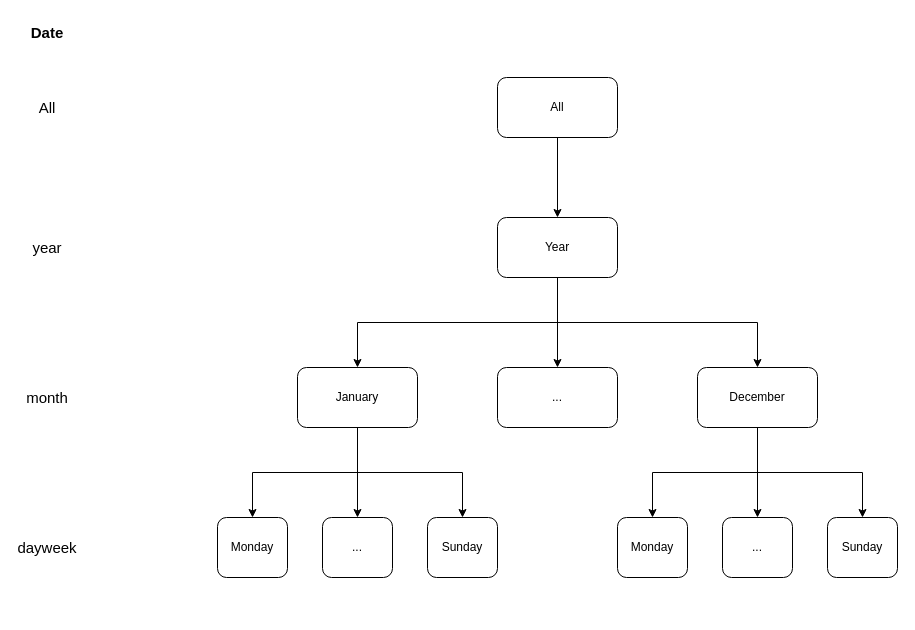
This is Date Concept Hierarchy.drawio from NekoTRSH/Drawing, a draw.io file, before an edit. Source tidied: cells renumbered, new cells numbered last; positions are measured from the earlier drawing's top-left corner, leaving out a move shared by most shapes. Both pictures are drawn from the tidied source at 100%, with x=0, y=0 at pixel (17, 17).
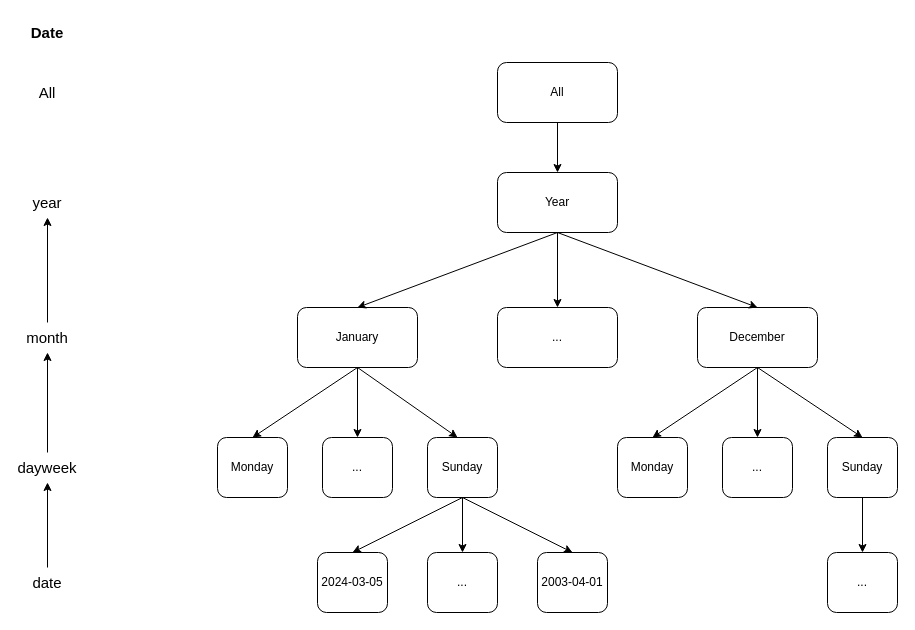
The same diagram, later.

Change to the diagram source:
```diff
@@
     <mxCell id="4" value="All" style="rounded=1;whiteSpace=wrap;html=1;" parent="1" vertex="1">
-      <mxGeometry x="480" y="60" width="120" height="60" as="geometry" />
+      <mxGeometry x="480" y="45" width="120" height="60" as="geometry" />
     </mxCell>
     <mxCell id="5" value="All" style="text;html=1;align=center;verticalAlign=middle;whiteSpace=wrap;rounded=0;fontSize=15;" parent="1" vertex="1">
-      <mxGeometry y="75" width="60" height="30" as="geometry" />
+      <mxGeometry y="60" width="60" height="30" as="geometry" />
     </mxCell>
+    <mxCell id="28" style="edgeStyle=orthogonalEdgeStyle;rounded=0;jettySize=auto;html=1;exitX=0.5;exitY=0;exitDx=0;exitDy=0;entryX=0.5;entryY=1;entryDx=0;entryDy=0;" parent="1" edge="1" source="6" target="27">
+      <mxGeometry relative="1" as="geometry" />
+    </mxCell>
     <mxCell id="6" value="month" style="text;html=1;align=center;verticalAlign=middle;whiteSpace=wrap;rounded=0;fontSize=15;" parent="1" vertex="1">
-      <mxGeometry y="365" width="60" height="30" as="geometry" />
+      <mxGeometry y="305" width="60" height="30" as="geometry" />
     </mxCell>
+    <mxCell id="29" style="edgeStyle=orthogonalEdgeStyle;rounded=0;jettySize=auto;html=1;exitX=0.5;exitY=0;exitDx=0;exitDy=0;entryX=0.5;entryY=1;entryDx=0;entryDy=0;" parent="1" edge="1" source="7" target="6">
+      <mxGeometry relative="1" as="geometry" />
+    </mxCell>
     <mxCell id="7" value="dayweek" style="text;html=1;align=center;verticalAlign=middle;whiteSpace=wrap;rounded=0;fontSize=15;" parent="1" vertex="1">
-      <mxGeometry y="515" width="60" height="30" as="geometry" />
+      <mxGeometry y="435" width="60" height="30" as="geometry" />
     </mxCell>
@@
-    <mxCell id="9" style="edgeStyle=orthogonalEdgeStyle;rounded=0;jettySize=auto;html=1;exitX=0.5;exitY=1;exitDx=0;exitDy=0;entryX=0.5;entryY=0;entryDx=0;entryDy=0;" parent="1" edge="1" source="11" target="16">
-      <mxGeometry relative="1" as="geometry" />
-    </mxCell>
-    <mxCell id="10" style="edgeStyle=orthogonalEdgeStyle;rounded=0;jettySize=auto;html=1;exitX=0.5;exitY=1;exitDx=0;exitDy=0;entryX=0.5;entryY=0;entryDx=0;entryDy=0;" parent="1" edge="1" source="11" target="20">
-      <mxGeometry relative="1" as="geometry" />
-    </mxCell>
     <mxCell id="11" value="Year" style="rounded=1;whiteSpace=wrap;html=1;" parent="1" vertex="1">
-      <mxGeometry x="480" y="200" width="120" height="60" as="geometry" />
+      <mxGeometry x="480" y="155" width="120" height="60" as="geometry" />
     </mxCell>
     <mxCell id="12" value="..." style="rounded=1;whiteSpace=wrap;html=1;" parent="1" vertex="1">
-      <mxGeometry x="480" y="350" width="120" height="60" as="geometry" />
+      <mxGeometry x="480" y="290" width="120" height="60" as="geometry" />
     </mxCell>
-    <mxCell id="13" style="edgeStyle=orthogonalEdgeStyle;rounded=0;jettySize=auto;html=1;exitX=0.5;exitY=1;exitDx=0;exitDy=0;entryX=0.5;entryY=0;entryDx=0;entryDy=0;" parent="1" edge="1" source="16" target="21">
-      <mxGeometry relative="1" as="geometry" />
-    </mxCell>
@@
-    <mxCell id="15" style="edgeStyle=orthogonalEdgeStyle;rounded=0;jettySize=auto;html=1;exitX=0.5;exitY=1;exitDx=0;exitDy=0;entryX=0.5;entryY=0;entryDx=0;entryDy=0;" parent="1" edge="1" source="16" target="22">
-      <mxGeometry relative="1" as="geometry" />
-    </mxCell>
     <mxCell id="16" value="January" style="rounded=1;whiteSpace=wrap;html=1;" parent="1" vertex="1">
-      <mxGeometry x="280" y="350" width="120" height="60" as="geometry" />
+      <mxGeometry x="280" y="290" width="120" height="60" as="geometry" />
     </mxCell>
-    <mxCell id="17" style="edgeStyle=orthogonalEdgeStyle;rounded=0;jettySize=auto;html=1;exitX=0.5;exitY=1;exitDx=0;exitDy=0;entryX=0.5;entryY=0;entryDx=0;entryDy=0;" parent="1" edge="1" source="20" target="23">
-      <mxGeometry relative="1" as="geometry" />
-    </mxCell>
@@
-    <mxCell id="19" style="edgeStyle=orthogonalEdgeStyle;rounded=0;jettySize=auto;html=1;exitX=0.5;exitY=1;exitDx=0;exitDy=0;entryX=0.5;entryY=0;entryDx=0;entryDy=0;" parent="1" edge="1" source="20" target="24">
-      <mxGeometry relative="1" as="geometry" />
-    </mxCell>
     <mxCell id="20" value="December" style="rounded=1;whiteSpace=wrap;html=1;" parent="1" vertex="1">
-      <mxGeometry x="680" y="350" width="120" height="60" as="geometry" />
+      <mxGeometry x="680" y="290" width="120" height="60" as="geometry" />
     </mxCell>
     <mxCell id="21" value="Monday" style="rounded=1;whiteSpace=wrap;html=1;" parent="1" vertex="1">
-      <mxGeometry x="200" y="500" width="70" height="60" as="geometry" />
+      <mxGeometry x="200" y="420" width="70" height="60" as="geometry" />
     </mxCell>
+    <mxCell id="30" style="edgeStyle=orthogonalEdgeStyle;rounded=0;jettySize=auto;html=1;exitX=0.5;exitY=1;exitDx=0;exitDy=0;entryX=0.5;entryY=0;entryDx=0;entryDy=0;" parent="1" edge="1" source="22" target="35">
+      <mxGeometry relative="1" as="geometry" />
+    </mxCell>
     <mxCell id="22" value="Sunday" style="rounded=1;whiteSpace=wrap;html=1;" parent="1" vertex="1">
-      <mxGeometry x="410" y="500" width="70" height="60" as="geometry" />
+      <mxGeometry x="410" y="420" width="70" height="60" as="geometry" />
     </mxCell>
     <mxCell id="23" value="Monday" style="rounded=1;whiteSpace=wrap;html=1;" parent="1" vertex="1">
-      <mxGeometry x="600" y="500" width="70" height="60" as="geometry" />
+      <mxGeometry x="600" y="420" width="70" height="60" as="geometry" />
     </mxCell>
+    <mxCell id="31" style="edgeStyle=orthogonalEdgeStyle;rounded=0;jettySize=auto;html=1;exitX=0.5;exitY=1;exitDx=0;exitDy=0;entryX=0.5;entryY=0;entryDx=0;entryDy=0;" parent="1" edge="1" source="24" target="39">
+      <mxGeometry relative="1" as="geometry" />
+    </mxCell>
     <mxCell id="24" value="Sunday" style="rounded=1;whiteSpace=wrap;html=1;" parent="1" vertex="1">
-      <mxGeometry x="810" y="500" width="70" height="60" as="geometry" />
+      <mxGeometry x="810" y="420" width="70" height="60" as="geometry" />
     </mxCell>
     <mxCell id="25" value="..." style="rounded=1;whiteSpace=wrap;html=1;" parent="1" vertex="1">
-      <mxGeometry x="705" y="500" width="70" height="60" as="geometry" />
+      <mxGeometry x="705" y="420" width="70" height="60" as="geometry" />
     </mxCell>
     <mxCell id="26" value="..." style="rounded=1;whiteSpace=wrap;html=1;" parent="1" vertex="1">
-      <mxGeometry x="305" y="500" width="70" height="60" as="geometry" />
+      <mxGeometry x="305" y="420" width="70" height="60" as="geometry" />
     </mxCell>
     <mxCell id="27" value="year" style="text;html=1;align=center;verticalAlign=middle;whiteSpace=wrap;rounded=0;fontSize=15;" parent="1" vertex="1">
-      <mxGeometry y="215" width="60" height="30" as="geometry" />
+      <mxGeometry y="170" width="60" height="30" as="geometry" />
     </mxCell>
+    <mxCell id="32" style="edgeStyle=orthogonalEdgeStyle;rounded=0;jettySize=auto;html=1;exitX=0.5;exitY=0;exitDx=0;exitDy=0;entryX=0.5;entryY=1;entryDx=0;entryDy=0;" parent="1" edge="1" source="33" target="7">
+      <mxGeometry relative="1" as="geometry" />
+    </mxCell>
+    <mxCell id="33" value="date" style="text;html=1;align=center;verticalAlign=middle;whiteSpace=wrap;rounded=0;fontSize=15;" parent="1" vertex="1">
+      <mxGeometry y="550" width="60" height="30" as="geometry" />
+    </mxCell>
+    <mxCell id="34" value="2024-03-05" style="rounded=1;whiteSpace=wrap;html=1;" parent="1" vertex="1">
+      <mxGeometry x="300" y="535" width="70" height="60" as="geometry" />
+    </mxCell>
+    <mxCell id="35" value="..." style="rounded=1;whiteSpace=wrap;html=1;" parent="1" vertex="1">
+      <mxGeometry x="410" y="535" width="70" height="60" as="geometry" />
+    </mxCell>
+    <mxCell id="36" value="2003-04-01" style="rounded=1;whiteSpace=wrap;html=1;" parent="1" vertex="1">
+      <mxGeometry x="520" y="535" width="70" height="60" as="geometry" />
+    </mxCell>
+    <mxCell id="37" style="endArrow=classic;html=1;rounded=0;exitX=0.5;exitY=1;exitDx=0;exitDy=0;entryX=0.5;entryY=0;entryDx=0;entryDy=0;" parent="1" edge="1" source="22" target="36">
+      <mxGeometry relative="1" as="geometry" />
+    </mxCell>
+    <mxCell id="38" style="endArrow=classic;html=1;rounded=0;exitX=0.5;exitY=1;exitDx=0;exitDy=0;entryX=0.5;entryY=0;entryDx=0;entryDy=0;" parent="1" edge="1" source="22" target="34">
+      <mxGeometry relative="1" as="geometry" />
+    </mxCell>
+    <mxCell id="15" style="endArrow=classic;html=1;rounded=0;exitX=0.5;exitY=1;exitDx=0;exitDy=0;entryX=0.429;entryY=0;entryDx=0;entryDy=0;entryPerimeter=0;" parent="1" edge="1" source="16" target="22">
+      <mxGeometry relative="1" as="geometry" />
+    </mxCell>
+    <mxCell id="13" style="endArrow=classic;html=1;rounded=0;exitX=0.5;exitY=1;exitDx=0;exitDy=0;entryX=0.5;entryY=0;entryDx=0;entryDy=0;" parent="1" edge="1" source="16" target="21">
+      <mxGeometry relative="1" as="geometry" />
+    </mxCell>
+    <mxCell id="19" style="endArrow=classic;html=1;rounded=0;exitX=0.5;exitY=1;exitDx=0;exitDy=0;entryX=0.5;entryY=0;entryDx=0;entryDy=0;" parent="1" edge="1" source="20" target="24">
+      <mxGeometry relative="1" as="geometry" />
+    </mxCell>
+    <mxCell id="17" style="endArrow=classic;html=1;rounded=0;exitX=0.5;exitY=1;exitDx=0;exitDy=0;entryX=0.5;entryY=0;entryDx=0;entryDy=0;" parent="1" edge="1" source="20" target="23">
+      <mxGeometry relative="1" as="geometry" />
+    </mxCell>
+    <mxCell id="9" style="endArrow=classic;html=1;rounded=0;exitX=0.5;exitY=1;exitDx=0;exitDy=0;entryX=0.5;entryY=0;entryDx=0;entryDy=0;" parent="1" edge="1" source="11" target="16">
+      <mxGeometry relative="1" as="geometry" />
+    </mxCell>
+    <mxCell id="10" style="endArrow=classic;html=1;rounded=0;exitX=0.5;exitY=1;exitDx=0;exitDy=0;entryX=0.5;entryY=0;entryDx=0;entryDy=0;" parent="1" edge="1" source="11" target="20">
+      <mxGeometry relative="1" as="geometry" />
+    </mxCell>
+    <mxCell id="39" value="..." style="rounded=1;whiteSpace=wrap;html=1;" parent="1" vertex="1">
+      <mxGeometry x="810" y="535" width="70" height="60" as="geometry" />
+    </mxCell>
```
